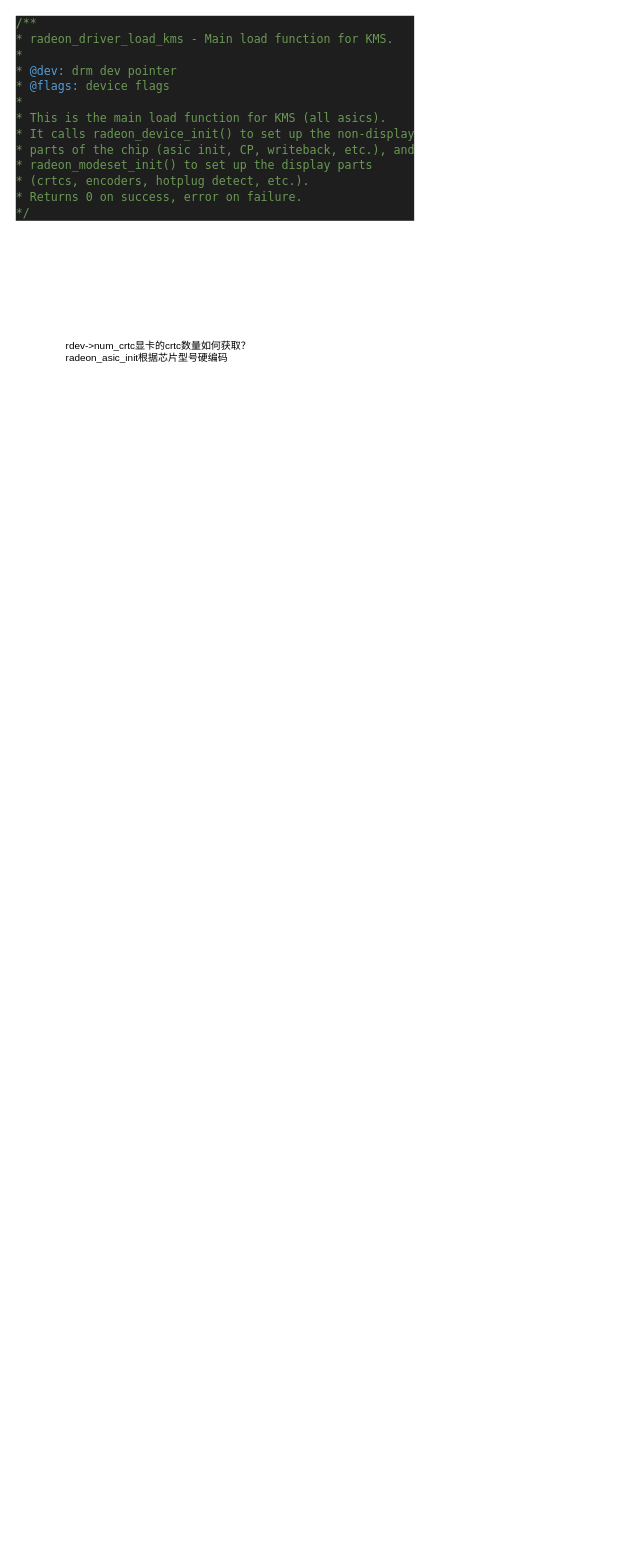
Earlier version of the draw.io diagram radeon init.drawio (hongaoo/draw-io-files). Source tidied: cells renumbered, new cells numbered last; positions are measured from the earlier drawing's top-left corner, leaving out a move shared by most shapes. Both pictures are drawn from the tidied source at 83%, with x=0, y=0 at pixel (14, 14).
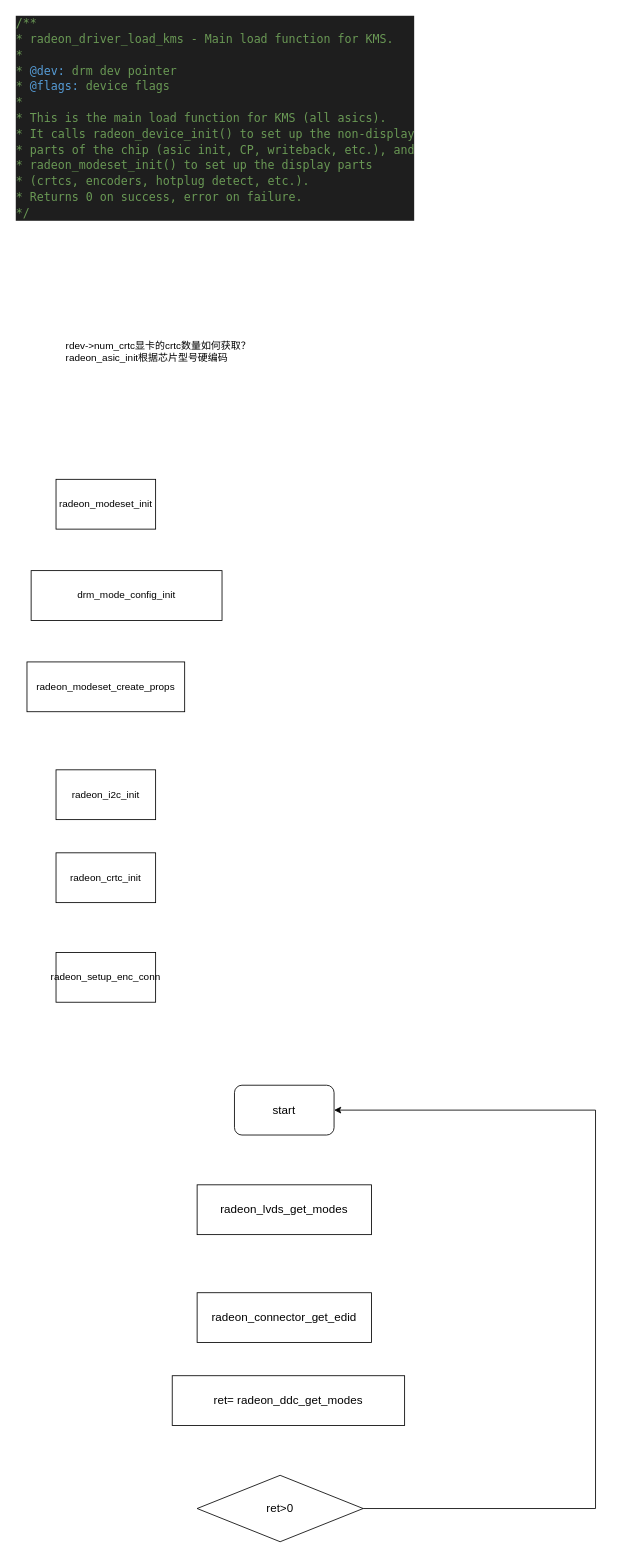
The same diagram, later.

What changed in the source:
```diff
@@
 <mxGraphModel>
   <root>
     <mxCell id="0" />
     <mxCell id="1" parent="0" />
     <mxCell id="2" value="rdev-&amp;gt;num_crtc显卡的crtc数量如何获取？&lt;br&gt;radeon_asic_init根据芯片型号硬编码" style="text;html=1;align=left;verticalAlign=middle;strokeColor=none;fillColor=none;" parent="1" vertex="1">
       <mxGeometry x="60" y="391" width="240" height="30" as="geometry" />
     </mxCell>
     <mxCell id="3" value="&lt;div style=&quot;color: rgb(212, 212, 212); background-color: rgb(30, 30, 30); font-family: &amp;quot;Droid Sans Mono&amp;quot;, &amp;quot;monospace&amp;quot;, monospace, &amp;quot;Droid Sans Fallback&amp;quot;; font-weight: normal; font-size: 14px; line-height: 19px;&quot;&gt;&lt;div&gt;&lt;span style=&quot;color: #6a9955;&quot;&gt;/**&lt;/span&gt;&lt;/div&gt;&lt;div&gt;&lt;span style=&quot;color: #6a9955;&quot;&gt; * radeon_driver_load_kms - Main load function for KMS.&lt;/span&gt;&lt;/div&gt;&lt;div&gt;&lt;span style=&quot;color: #6a9955;&quot;&gt; *&lt;/span&gt;&lt;/div&gt;&lt;div&gt;&lt;span style=&quot;color: #6a9955;&quot;&gt; * &lt;/span&gt;&lt;span style=&quot;color: #569cd6;&quot;&gt;@dev:&lt;/span&gt;&lt;span style=&quot;color: #6a9955;&quot;&gt; drm dev pointer&lt;/span&gt;&lt;/div&gt;&lt;div&gt;&lt;span style=&quot;color: #6a9955;&quot;&gt; * &lt;/span&gt;&lt;span style=&quot;color: #569cd6;&quot;&gt;@flags:&lt;/span&gt;&lt;span style=&quot;color: #6a9955;&quot;&gt; device flags&lt;/span&gt;&lt;/div&gt;&lt;div&gt;&lt;span style=&quot;color: #6a9955;&quot;&gt; *&lt;/span&gt;&lt;/div&gt;&lt;div&gt;&lt;span style=&quot;color: #6a9955;&quot;&gt; * This is the main load function for KMS (all asics).&lt;/span&gt;&lt;/div&gt;&lt;div&gt;&lt;span style=&quot;color: #6a9955;&quot;&gt; * It calls radeon_device_init() to set up the non-display&lt;/span&gt;&lt;/div&gt;&lt;div&gt;&lt;span style=&quot;color: #6a9955;&quot;&gt; * parts of the chip (asic init, CP, writeback, etc.), and&lt;/span&gt;&lt;/div&gt;&lt;div&gt;&lt;span style=&quot;color: #6a9955;&quot;&gt; * radeon_modeset_init() to set up the display parts&lt;/span&gt;&lt;/div&gt;&lt;div&gt;&lt;span style=&quot;color: #6a9955;&quot;&gt; * (crtcs, encoders, hotplug detect, etc.).&lt;/span&gt;&lt;/div&gt;&lt;div&gt;&lt;span style=&quot;color: #6a9955;&quot;&gt; * Returns 0 on success, error on failure.&lt;/span&gt;&lt;/div&gt;&lt;div&gt;&lt;span style=&quot;color: #6a9955;&quot;&gt; */&lt;/span&gt;&lt;/div&gt;&lt;/div&gt;" style="text;html=1;align=left;verticalAlign=middle;strokeColor=none;fillColor=none;" parent="1" vertex="1">
       <mxGeometry width="490" height="250" as="geometry" />
     </mxCell>
+    <mxCell id="4" value="radeon_modeset_init" style="whiteSpace=wrap;html=1;" parent="1" vertex="1">
+      <mxGeometry x="50" y="560" width="120" height="60" as="geometry" />
+    </mxCell>
+    <mxCell id="5" value="drm_mode_config_init" style="whiteSpace=wrap;html=1;" parent="1" vertex="1">
+      <mxGeometry x="20" y="670" width="230" height="60" as="geometry" />
+    </mxCell>
+    <mxCell id="6" value="radeon_modeset_create_props" style="whiteSpace=wrap;html=1;" parent="1" vertex="1">
+      <mxGeometry x="15" y="780" width="190" height="60" as="geometry" />
+    </mxCell>
+    <mxCell id="7" value="radeon_i2c_init" style="whiteSpace=wrap;html=1;" parent="1" vertex="1">
+      <mxGeometry x="50" y="910" width="120" height="60" as="geometry" />
+    </mxCell>
+    <mxCell id="8" value="radeon_crtc_init" style="whiteSpace=wrap;html=1;" parent="1" vertex="1">
+      <mxGeometry x="50" y="1010" width="120" height="60" as="geometry" />
+    </mxCell>
+    <mxCell id="9" value="radeon_setup_enc_conn" style="whiteSpace=wrap;html=1;" parent="1" vertex="1">
+      <mxGeometry x="50" y="1130" width="120" height="60" as="geometry" />
+    </mxCell>
+    <mxCell id="10" value="&lt;font style=&quot;font-size: 14px;&quot;&gt;radeon_lvds_get_modes&lt;/font&gt;" style="whiteSpace=wrap;html=1;" parent="1" vertex="1">
+      <mxGeometry x="220" y="1410" width="210" height="60" as="geometry" />
+    </mxCell>
+    <mxCell id="11" value="radeon_connector_get_edid" style="whiteSpace=wrap;html=1;fontSize=14;" parent="1" vertex="1">
+      <mxGeometry x="220" y="1540" width="210" height="60" as="geometry" />
+    </mxCell>
+    <mxCell id="12" style="edgeStyle=orthogonalEdgeStyle;rounded=0;jettySize=auto;html=1;entryX=1;entryY=0.5;entryDx=0;entryDy=0;fontSize=14;" parent="1" edge="1" source="13" target="15">
+      <mxGeometry relative="1" as="geometry">
+        <Array as="points">
+          <mxPoint x="700" y="1800" />
+          <mxPoint x="700" y="1320" />
+        </Array>
+      </mxGeometry>
+    </mxCell>
+    <mxCell id="13" value="ret&amp;gt;0" style="rhombus;whiteSpace=wrap;html=1;fontSize=14;" parent="1" vertex="1">
+      <mxGeometry x="220" y="1760" width="200" height="80" as="geometry" />
+    </mxCell>
+    <mxCell id="14" value="ret= radeon_ddc_get_modes" style="whiteSpace=wrap;html=1;fontSize=14;" parent="1" vertex="1">
+      <mxGeometry x="190" y="1640" width="280" height="60" as="geometry" />
+    </mxCell>
+    <mxCell id="15" value="start" style="rounded=1;whiteSpace=wrap;html=1;fontSize=14;" parent="1" vertex="1">
+      <mxGeometry x="265" y="1290" width="120" height="60" as="geometry" />
+    </mxCell>
   </root>
 </mxGraphModel>
```
